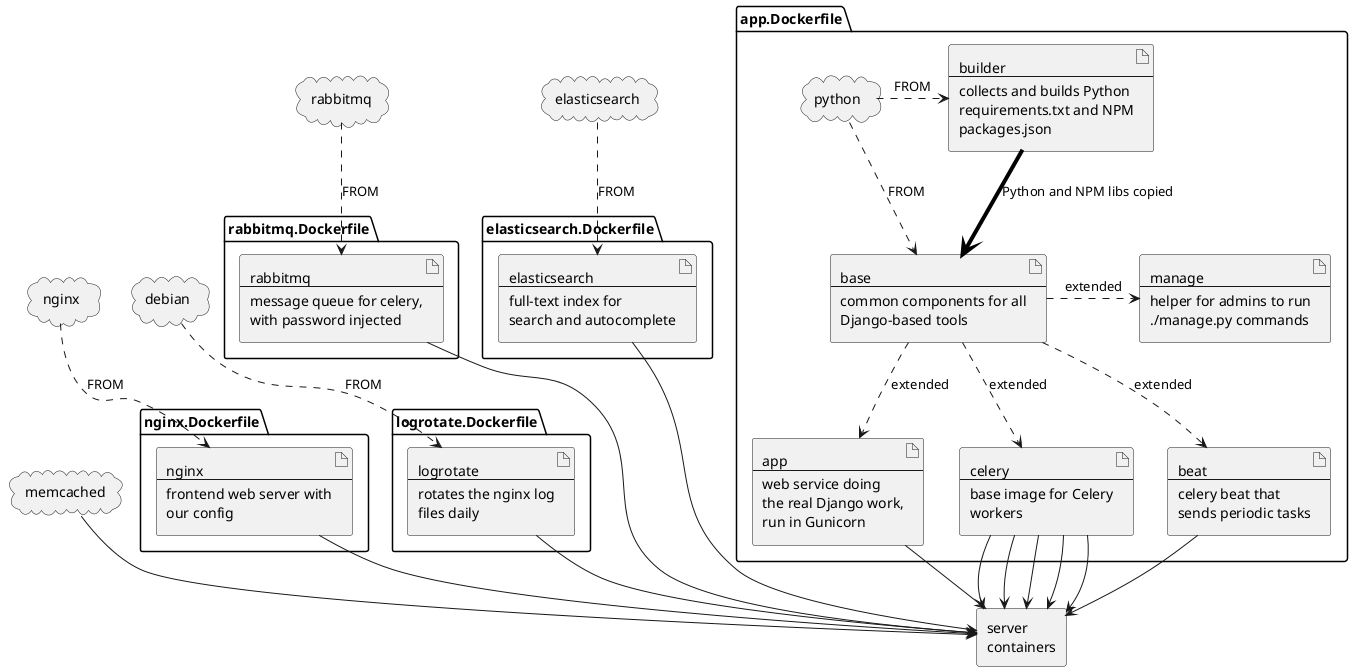
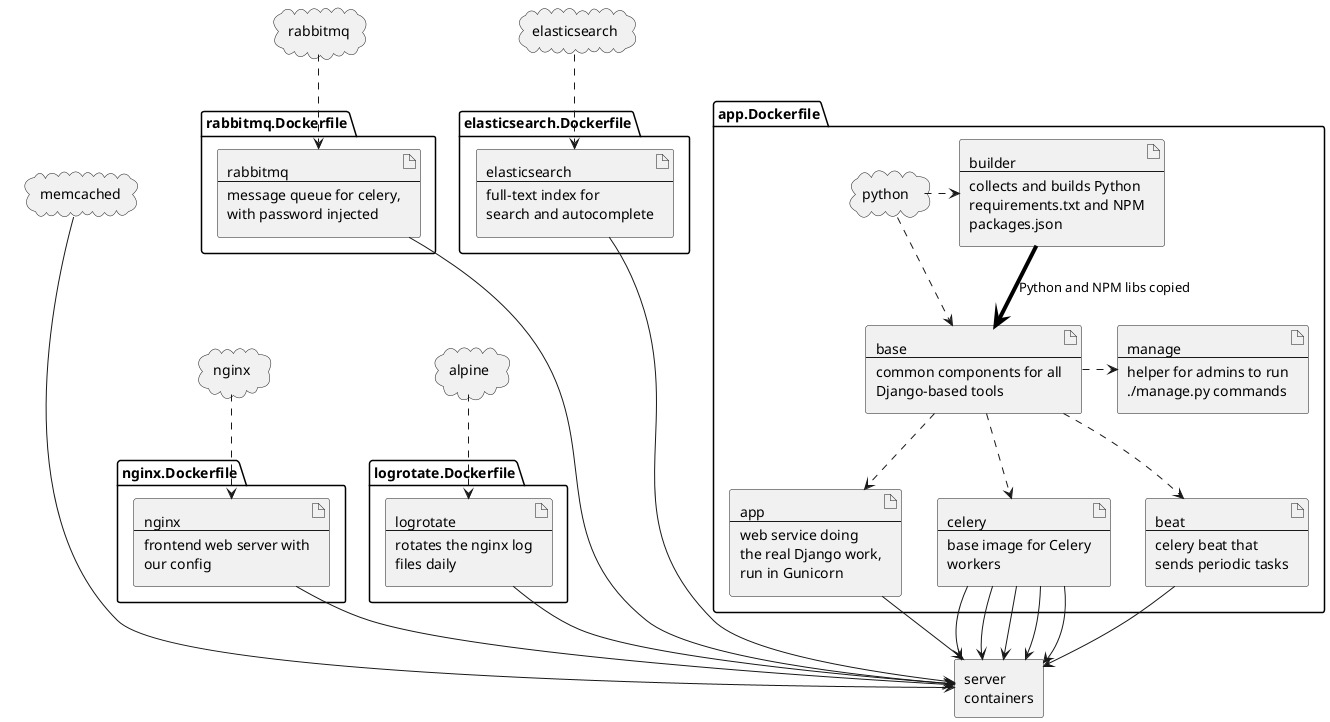
@startuml

package "app.Dockerfile" {

    artifact builder [
        builder
        ----
        collects and builds Python
        requirements.txt and NPM
        packages.json
    ]
    artifact base [
        base
        ----
        common components for all
        Django-based tools
    ]
    artifact app [
        app
        ----
        web service doing
        the real Django work,
        run in Gunicorn
    ]
    artifact celery [
        celery
        ----
        base image for Celery
        workers
    ]
    artifact beat [
        beat
        ----
        celery beat that
        sends periodic tasks
    ]
    artifact manage [
        manage
        ----
        helper for admins to run
        ./manage.py commands
    ]

    builder -[#black,thickness=4]-> base :  Python and NPM libs copied
-     base ..> app : extended
-     base ..> celery : extended
-     base ..> beat : extended
-     base .> manage : extended
+     base ..> app
+     base ..> celery
+     base ..> beat
+     base .> manage

    cloud python
-     python .> builder : FROM
-     python ..> base : FROM
+     python .> builder
+     python ..> base

}

package "nginx.Dockerfile" {
    artifact nginx [
        nginx
        ----
        frontend web server with
        our config
    ]
}

cloud nginx as nginx_base
- nginx_base ..> nginx : FROM
+ nginx_base ..> nginx

package "logrotate.Dockerfile" {
    artifact logrotate [
        logrotate
        ----
        rotates the nginx log
        files daily
    ]
}

- cloud debian
- debian ..> logrotate : FROM
+ cloud alpine
+ alpine ..> logrotate

package "rabbitmq.Dockerfile" {
    artifact rabbitmq [
        rabbitmq
        ----
        message queue for celery,
        with password injected
    ]
}

cloud rabbitmq as rabbitmq_base
- rabbitmq_base ..> rabbitmq : FROM
+ rabbitmq_base ..> rabbitmq

package "elasticsearch.Dockerfile" {
    artifact elasticsearch [
        elasticsearch
        ----
        full-text index for
        search and autocomplete
    ]
}

cloud elasticsearch as elasticsearch_base
- elasticsearch_base ..> elasticsearch : FROM
+ elasticsearch_base ..> elasticsearch


cloud memcached

agent "server\ncontainers" as server

app --> server
celery --> server
celery --> server
celery --> server
celery --> server
celery --> server
beat --> server
nginx --> server
logrotate --> server
- rabbitmq ---> server
- elasticsearch ---> server
- memcached --> server
+ rabbitmq ----> server
+ elasticsearch ----> server
+ memcached ----> server

@enduml
